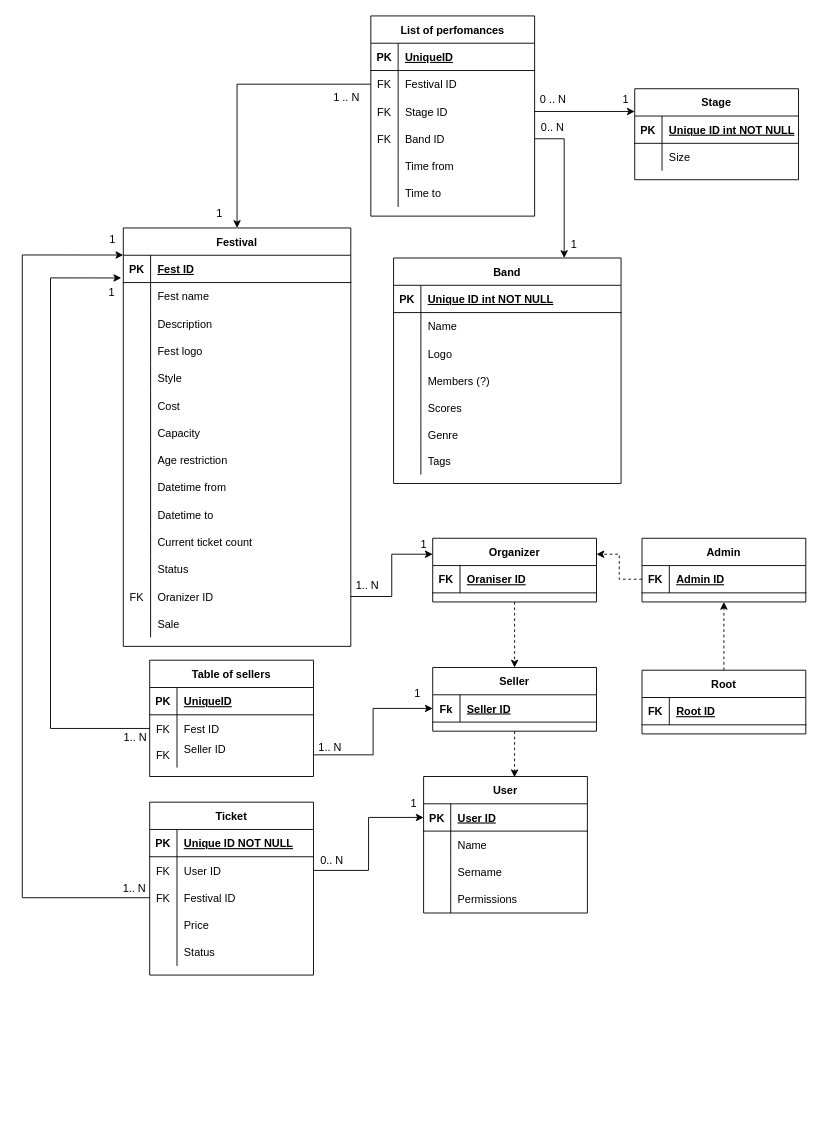
This is docs/diagrams/festival-is-DB.drawio from x00Pavel/festival-IS, a draw.io file, before an edit. Source tidied: cells renumbered, new cells numbered last; positions are measured from the earlier drawing's top-left corner, leaving out a move shared by most shapes. Both pictures are drawn from the tidied source at 91%, with x=0, y=0 at pixel (22, 15).
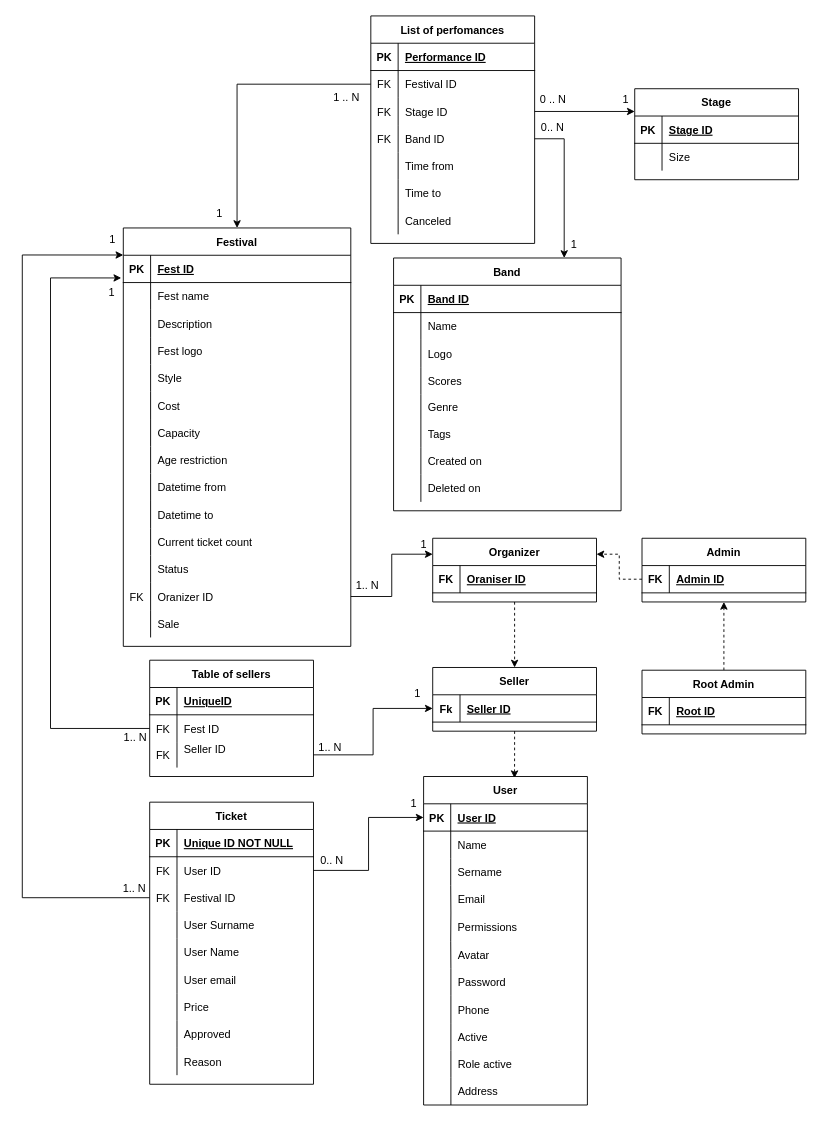
Above is the later version.

Unchanged cells that the change refers to:
```xml
<mxCell id="3" style="shape=partialRectangle;fillColor=none;top=0;left=0;bottom=1;right=0;" parent="2" vertex="1">
  <mxGeometry y="30" width="180" height="30" as="geometry" />
</mxCell>
<mxCell id="96" style="shape=partialRectangle;fillColor=none;top=0;left=0;bottom=1;right=0;" parent="95" vertex="1">
  <mxGeometry y="30" width="180" height="30" as="geometry" />
</mxCell>
<mxCell id="103" style="shape=partialRectangle;fillColor=none;top=0;left=0;right=0;bottom=1;" parent="102" vertex="1">
  <mxGeometry y="30" width="250" height="30" as="geometry" />
</mxCell>
```

Change to the diagram source:
```diff
@@
     <mxCell id="2" value="List of perfomances" style="shape=table;startSize=30;childLayout=tableLayout;rowLines=0;fontStyle=1;align=center;" parent="1" vertex="1">
-      <mxGeometry x="383" width="180" height="220" as="geometry" />
+      <mxGeometry x="383" width="180" height="250" as="geometry" />
     </mxCell>
@@
-    <mxCell id="5" value="UniqueID" style="shape=partialRectangle;fillColor=none;top=0;left=0;bottom=0;right=0;align=left;spacingLeft=6;fontStyle=5;overflow=hidden;" parent="3" vertex="1">
+    <mxCell id="5" value="Performance ID" style="shape=partialRectangle;fillColor=none;top=0;left=0;bottom=0;right=0;align=left;spacingLeft=6;fontStyle=5;overflow=hidden;" parent="3" vertex="1">
       <mxGeometry x="30" width="150" height="30" as="geometry" />
     </mxCell>
@@
+    <mxCell id="177" style="shape=partialRectangle;fillColor=none;top=0;left=0;bottom=0;right=0;" parent="2" vertex="1">
+      <mxGeometry y="210" width="180" height="30" as="geometry" />
+    </mxCell>
+    <mxCell id="178" style="shape=partialRectangle;fillColor=none;top=0;left=0;bottom=0;right=0;overflow=hidden;" parent="177" vertex="1">
+      <mxGeometry width="30" height="30" as="geometry" />
+    </mxCell>
+    <mxCell id="179" value="Canceled" style="shape=partialRectangle;fillColor=none;top=0;left=0;bottom=0;right=0;align=left;spacingLeft=6;overflow=hidden;" parent="177" vertex="1">
+      <mxGeometry x="30" width="150" height="30" as="geometry" />
+    </mxCell>
@@
     <mxCell id="73" value="Ticket" style="shape=table;startSize=30;childLayout=tableLayout;rowLines=0;fontStyle=1;align=center;" parent="1" vertex="1">
-      <mxGeometry x="140" y="864" width="180" height="190" as="geometry" />
+      <mxGeometry x="140" y="864" width="180" height="310" as="geometry" />
     </mxCell>
@@
+    <mxCell id="180" style="shape=partialRectangle;fillColor=none;top=0;left=0;bottom=0;right=0;" parent="73" vertex="1">
+      <mxGeometry y="120" width="180" height="30" as="geometry" />
+    </mxCell>
+    <mxCell id="181" style="shape=partialRectangle;fillColor=none;top=0;left=0;bottom=0;right=0;overflow=hidden;" parent="180" vertex="1">
+      <mxGeometry width="30" height="30" as="geometry" />
+    </mxCell>
+    <mxCell id="182" value="User Surname" style="shape=partialRectangle;fillColor=none;top=0;left=0;bottom=0;right=0;align=left;spacingLeft=6;overflow=hidden;" parent="180" vertex="1">
+      <mxGeometry x="30" width="150" height="30" as="geometry" />
+    </mxCell>
+    <mxCell id="183" style="shape=partialRectangle;fillColor=none;top=0;left=0;bottom=0;right=0;" parent="73" vertex="1">
+      <mxGeometry y="150" width="180" height="30" as="geometry" />
+    </mxCell>
+    <mxCell id="184" style="shape=partialRectangle;fillColor=none;top=0;left=0;bottom=0;right=0;overflow=hidden;" parent="183" vertex="1">
+      <mxGeometry width="30" height="30" as="geometry" />
+    </mxCell>
+    <mxCell id="185" value="User Name" style="shape=partialRectangle;fillColor=none;top=0;left=0;bottom=0;right=0;align=left;spacingLeft=6;overflow=hidden;" parent="183" vertex="1">
+      <mxGeometry x="30" width="150" height="30" as="geometry" />
+    </mxCell>
+    <mxCell id="186" style="shape=partialRectangle;fillColor=none;top=0;left=0;bottom=0;right=0;" parent="73" vertex="1">
+      <mxGeometry y="180" width="180" height="30" as="geometry" />
+    </mxCell>
+    <mxCell id="187" style="shape=partialRectangle;fillColor=none;top=0;left=0;bottom=0;right=0;overflow=hidden;" parent="186" vertex="1">
+      <mxGeometry width="30" height="30" as="geometry" />
+    </mxCell>
+    <mxCell id="188" value="User email" style="shape=partialRectangle;fillColor=none;top=0;left=0;bottom=0;right=0;align=left;spacingLeft=6;overflow=hidden;" parent="186" vertex="1">
+      <mxGeometry x="30" width="150" height="30" as="geometry" />
+    </mxCell>
     <mxCell id="83" style="shape=partialRectangle;fillColor=none;top=0;left=0;bottom=0;right=0;" parent="73" vertex="1">
-      <mxGeometry y="120" width="180" height="30" as="geometry" />
+      <mxGeometry y="210" width="180" height="30" as="geometry" />
     </mxCell>
@@
     <mxCell id="86" style="shape=partialRectangle;fillColor=none;top=0;left=0;bottom=0;right=0;" parent="73" vertex="1">
-      <mxGeometry y="150" width="180" height="30" as="geometry" />
+      <mxGeometry y="240" width="180" height="30" as="geometry" />
     </mxCell>
@@
-    <mxCell id="88" value="Status" style="shape=partialRectangle;fillColor=none;top=0;left=0;bottom=0;right=0;align=left;spacingLeft=6;overflow=hidden;" parent="86" vertex="1">
+    <mxCell id="88" value="Approved" style="shape=partialRectangle;fillColor=none;top=0;left=0;bottom=0;right=0;align=left;spacingLeft=6;overflow=hidden;" parent="86" vertex="1">
       <mxGeometry x="30" width="150" height="30" as="geometry" />
     </mxCell>
+    <mxCell id="189" style="shape=partialRectangle;fillColor=none;top=0;left=0;bottom=0;right=0;" parent="73" vertex="1">
+      <mxGeometry y="270" width="180" height="30" as="geometry" />
+    </mxCell>
+    <mxCell id="190" style="shape=partialRectangle;fillColor=none;top=0;left=0;bottom=0;right=0;overflow=hidden;" parent="189" vertex="1">
+      <mxGeometry width="30" height="30" as="geometry" />
+    </mxCell>
+    <mxCell id="191" value="Reason" style="shape=partialRectangle;fillColor=none;top=0;left=0;bottom=0;right=0;align=left;spacingLeft=6;overflow=hidden;" parent="189" vertex="1">
+      <mxGeometry x="30" width="150" height="30" as="geometry" />
+    </mxCell>
@@
-    <mxCell id="98" value="Unique ID int NOT NULL" style="shape=partialRectangle;fillColor=none;top=0;left=0;bottom=0;right=0;align=left;spacingLeft=6;fontStyle=5;overflow=hidden;" parent="96" vertex="1">
+    <mxCell id="98" value="Stage ID" style="shape=partialRectangle;fillColor=none;top=0;left=0;bottom=0;right=0;align=left;spacingLeft=6;fontStyle=5;overflow=hidden;" parent="96" vertex="1">
       <mxGeometry x="30" width="150" height="30" as="geometry" />
     </mxCell>
@@
     <mxCell id="102" value="Band" style="shape=table;startSize=30;childLayout=tableLayout;rowLines=0;fontStyle=1;align=center;" parent="1" vertex="1">
-      <mxGeometry x="408" y="266" width="250" height="247.8" as="geometry" />
+      <mxGeometry x="408" y="266" width="250" height="277.8" as="geometry" />
     </mxCell>
@@
-    <mxCell id="105" value="Unique ID int NOT NULL " style="shape=partialRectangle;overflow=hidden;fillColor=none;top=0;left=0;bottom=0;right=0;align=left;spacingLeft=6;fontStyle=5;" parent="103" vertex="1">
+    <mxCell id="105" value="Band ID" style="shape=partialRectangle;overflow=hidden;fillColor=none;top=0;left=0;bottom=0;right=0;align=left;spacingLeft=6;fontStyle=5;" parent="103" vertex="1">
       <mxGeometry x="30" width="220" height="30" as="geometry" />
     </mxCell>
@@
-    <mxCell id="112" style="shape=partialRectangle;fillColor=none;top=0;left=0;right=0;bottom=0;" parent="102" vertex="1">
-      <mxGeometry y="120" width="250" height="30" as="geometry" />
-    </mxCell>
-    <mxCell id="113" style="shape=partialRectangle;overflow=hidden;fillColor=none;top=0;left=0;bottom=0;right=0;" parent="112" vertex="1">
-      <mxGeometry width="30" height="30" as="geometry" />
-    </mxCell>
-    <mxCell id="114" value="Members (?)" style="shape=partialRectangle;overflow=hidden;fillColor=none;top=0;left=0;bottom=0;right=0;align=left;spacingLeft=6;" parent="112" vertex="1">
-      <mxGeometry x="30" width="220" height="30" as="geometry" />
-    </mxCell>
     <mxCell id="115" style="shape=partialRectangle;fillColor=none;top=0;left=0;bottom=0;right=0;" parent="102" vertex="1">
-      <mxGeometry y="150" width="250" height="30" as="geometry" />
+      <mxGeometry y="120" width="250" height="30" as="geometry" />
     </mxCell>
@@
     <mxCell id="118" style="shape=partialRectangle;fillColor=none;top=0;left=0;bottom=0;right=0;" parent="102" vertex="1">
-      <mxGeometry y="180" width="250" height="28" as="geometry" />
+      <mxGeometry y="150" width="250" height="28" as="geometry" />
     </mxCell>
@@
     <mxCell id="121" style="shape=partialRectangle;fillColor=none;top=0;left=0;bottom=0;right=0;" parent="102" vertex="1">
-      <mxGeometry y="208" width="250" height="30" as="geometry" />
+      <mxGeometry y="178" width="250" height="30" as="geometry" />
     </mxCell>
@@
+    <mxCell id="192" style="shape=partialRectangle;fillColor=none;top=0;left=0;bottom=0;right=0;" parent="102" vertex="1">
+      <mxGeometry y="208" width="250" height="30" as="geometry" />
+    </mxCell>
+    <mxCell id="193" style="shape=partialRectangle;fillColor=none;top=0;left=0;bottom=0;right=0;overflow=hidden;" parent="192" vertex="1">
+      <mxGeometry width="30" height="30" as="geometry" />
+    </mxCell>
+    <mxCell id="194" value="Created on" style="shape=partialRectangle;fillColor=none;top=0;left=0;bottom=0;right=0;align=left;spacingLeft=6;overflow=hidden;" parent="192" vertex="1">
+      <mxGeometry x="30" width="220" height="30" as="geometry" />
+    </mxCell>
+    <mxCell id="195" style="shape=partialRectangle;fillColor=none;top=0;left=0;bottom=0;right=0;" parent="102" vertex="1">
+      <mxGeometry y="238" width="250" height="30" as="geometry" />
+    </mxCell>
+    <mxCell id="196" style="shape=partialRectangle;fillColor=none;top=0;left=0;bottom=0;right=0;overflow=hidden;" parent="195" vertex="1">
+      <mxGeometry width="30" height="30" as="geometry" />
+    </mxCell>
+    <mxCell id="197" value="Deleted on" style="shape=partialRectangle;fillColor=none;top=0;left=0;bottom=0;right=0;align=left;spacingLeft=6;overflow=hidden;" parent="195" vertex="1">
+      <mxGeometry x="30" width="220" height="30" as="geometry" />
+    </mxCell>
@@
     <mxCell id="134" value="User" style="shape=table;startSize=30;childLayout=tableLayout;rowLines=0;fontStyle=1;align=center;" parent="1" vertex="1">
-      <mxGeometry x="441" y="835.8" width="180" height="150" as="geometry" />
+      <mxGeometry x="441" y="835.8" width="180" height="361" as="geometry" />
     </mxCell>
@@
+    <mxCell id="198" style="shape=partialRectangle;fillColor=none;top=0;left=0;bottom=0;right=0;" parent="134" vertex="1">
+      <mxGeometry y="120" width="180" height="30" as="geometry" />
+    </mxCell>
+    <mxCell id="199" style="shape=partialRectangle;fillColor=none;top=0;left=0;bottom=0;right=0;overflow=hidden;" parent="198" vertex="1">
+      <mxGeometry width="30" height="30" as="geometry" />
+    </mxCell>
+    <mxCell id="200" value="Email" style="shape=partialRectangle;fillColor=none;top=0;left=0;bottom=0;right=0;align=left;spacingLeft=6;overflow=hidden;" parent="198" vertex="1">
+      <mxGeometry x="30" width="150" height="30" as="geometry" />
+    </mxCell>
     <mxCell id="144" style="shape=partialRectangle;fillColor=none;top=0;left=0;bottom=0;right=0;" parent="134" vertex="1">
-      <mxGeometry y="120" width="180" height="30" as="geometry" />
+      <mxGeometry y="150" width="180" height="31" as="geometry" />
     </mxCell>
     <mxCell id="145" style="shape=partialRectangle;fillColor=none;top=0;left=0;bottom=0;right=0;overflow=hidden;" parent="144" vertex="1">
-      <mxGeometry width="29.8" height="30" as="geometry" />
+      <mxGeometry width="29.8" height="31" as="geometry" />
     </mxCell>
     <mxCell id="146" value="Permissions" style="shape=partialRectangle;fillColor=none;top=0;left=0;bottom=0;right=0;align=left;spacingLeft=6;overflow=hidden;" parent="144" vertex="1">
-      <mxGeometry x="29.8" width="150.2" height="30" as="geometry" />
+      <mxGeometry x="29.8" width="150.2" height="31" as="geometry" />
     </mxCell>
+    <mxCell id="201" style="shape=partialRectangle;fillColor=none;top=0;left=0;bottom=0;right=0;" parent="134" vertex="1">
+      <mxGeometry y="181" width="180" height="30" as="geometry" />
+    </mxCell>
+    <mxCell id="202" style="shape=partialRectangle;fillColor=none;top=0;left=0;bottom=0;right=0;overflow=hidden;" parent="201" vertex="1">
+      <mxGeometry width="30" height="30" as="geometry" />
+    </mxCell>
+    <mxCell id="203" value="Avatar" style="shape=partialRectangle;fillColor=none;top=0;left=0;bottom=0;right=0;align=left;spacingLeft=6;overflow=hidden;" parent="201" vertex="1">
+      <mxGeometry x="30" width="150" height="30" as="geometry" />
+    </mxCell>
+    <mxCell id="204" style="shape=partialRectangle;fillColor=none;top=0;left=0;bottom=0;right=0;" parent="134" vertex="1">
+      <mxGeometry y="211" width="180" height="30" as="geometry" />
+    </mxCell>
+    <mxCell id="205" style="shape=partialRectangle;fillColor=none;top=0;left=0;bottom=0;right=0;overflow=hidden;" parent="204" vertex="1">
+      <mxGeometry width="30" height="30" as="geometry" />
+    </mxCell>
+    <mxCell id="206" value="Password" style="shape=partialRectangle;fillColor=none;top=0;left=0;bottom=0;right=0;align=left;spacingLeft=6;overflow=hidden;" parent="204" vertex="1">
+      <mxGeometry x="30" width="150" height="30" as="geometry" />
+    </mxCell>
+    <mxCell id="207" style="shape=partialRectangle;fillColor=none;top=0;left=0;bottom=0;right=0;" parent="134" vertex="1">
+      <mxGeometry y="241" width="180" height="30" as="geometry" />
+    </mxCell>
+    <mxCell id="208" style="shape=partialRectangle;fillColor=none;top=0;left=0;bottom=0;right=0;overflow=hidden;" parent="207" vertex="1">
+      <mxGeometry width="30" height="30" as="geometry" />
+    </mxCell>
+    <mxCell id="209" value="Phone" style="shape=partialRectangle;fillColor=none;top=0;left=0;bottom=0;right=0;align=left;spacingLeft=6;overflow=hidden;" parent="207" vertex="1">
+      <mxGeometry x="30" width="150" height="30" as="geometry" />
+    </mxCell>
+    <mxCell id="210" style="shape=partialRectangle;fillColor=none;top=0;left=0;bottom=0;right=0;" parent="134" vertex="1">
+      <mxGeometry y="271" width="180" height="30" as="geometry" />
+    </mxCell>
+    <mxCell id="211" style="shape=partialRectangle;fillColor=none;top=0;left=0;bottom=0;right=0;overflow=hidden;" parent="210" vertex="1">
+      <mxGeometry width="30" height="30" as="geometry" />
+    </mxCell>
+    <mxCell id="212" value="Active" style="shape=partialRectangle;fillColor=none;top=0;left=0;bottom=0;right=0;align=left;spacingLeft=6;overflow=hidden;" parent="210" vertex="1">
+      <mxGeometry x="30" width="150" height="30" as="geometry" />
+    </mxCell>
+    <mxCell id="213" style="shape=partialRectangle;fillColor=none;top=0;left=0;bottom=0;right=0;" parent="134" vertex="1">
+      <mxGeometry y="301" width="180" height="30" as="geometry" />
+    </mxCell>
+    <mxCell id="214" style="shape=partialRectangle;fillColor=none;top=0;left=0;bottom=0;right=0;overflow=hidden;" parent="213" vertex="1">
+      <mxGeometry width="30" height="30" as="geometry" />
+    </mxCell>
+    <mxCell id="215" value="Role active" style="shape=partialRectangle;fillColor=none;top=0;left=0;bottom=0;right=0;align=left;spacingLeft=6;overflow=hidden;" parent="213" vertex="1">
+      <mxGeometry x="30" width="150" height="30" as="geometry" />
+    </mxCell>
+    <mxCell id="216" style="shape=partialRectangle;fillColor=none;top=0;left=0;bottom=0;right=0;" parent="134" vertex="1">
+      <mxGeometry y="331" width="180" height="30" as="geometry" />
+    </mxCell>
+    <mxCell id="217" style="shape=partialRectangle;fillColor=none;top=0;left=0;bottom=0;right=0;overflow=hidden;" parent="216" vertex="1">
+      <mxGeometry width="30" height="30" as="geometry" />
+    </mxCell>
+    <mxCell id="218" value="Address" style="shape=partialRectangle;fillColor=none;top=0;left=0;bottom=0;right=0;align=left;spacingLeft=6;overflow=hidden;" parent="216" vertex="1">
+      <mxGeometry x="30" width="150" height="30" as="geometry" />
+    </mxCell>
@@
-    <mxCell id="169" value="Root" style="shape=table;startSize=30;childLayout=tableLayout;rowLines=0;fontStyle=1;align=center;" parent="1" vertex="1">
+    <mxCell id="169" value="Root Admin" style="shape=table;startSize=30;childLayout=tableLayout;rowLines=0;fontStyle=1;align=center;" parent="1" vertex="1">
       <mxGeometry x="681" y="719" width="180" height="70" as="geometry" />
     </mxCell>
```
